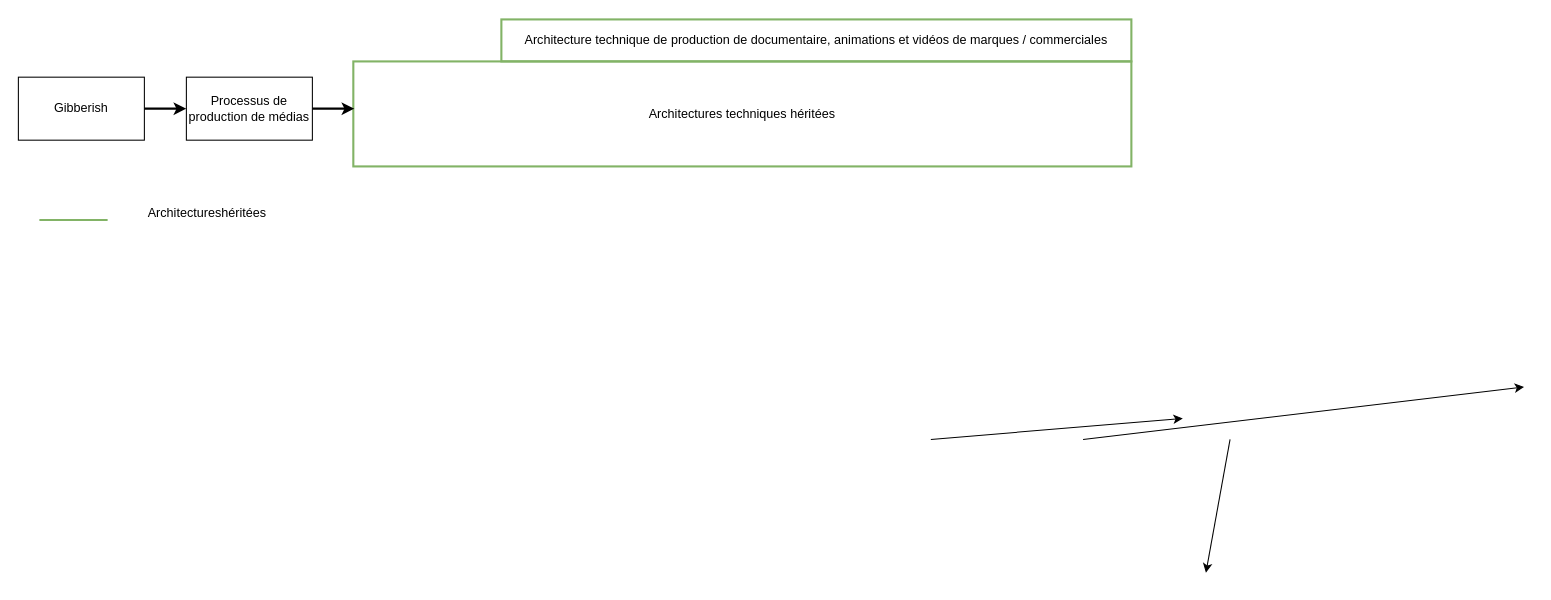
Earlier version of the draw.io diagram GibberishBaseTechniqueArchitecture.drawio (cjour/audit_logistics). Source tidied: cells renumbered, new cells numbered last; positions are measured from the earlier drawing's top-left corner, leaving out a move shared by most shapes. Both pictures are drawn from the tidied source at 105%, with x=0, y=0 at pixel (18, 19).
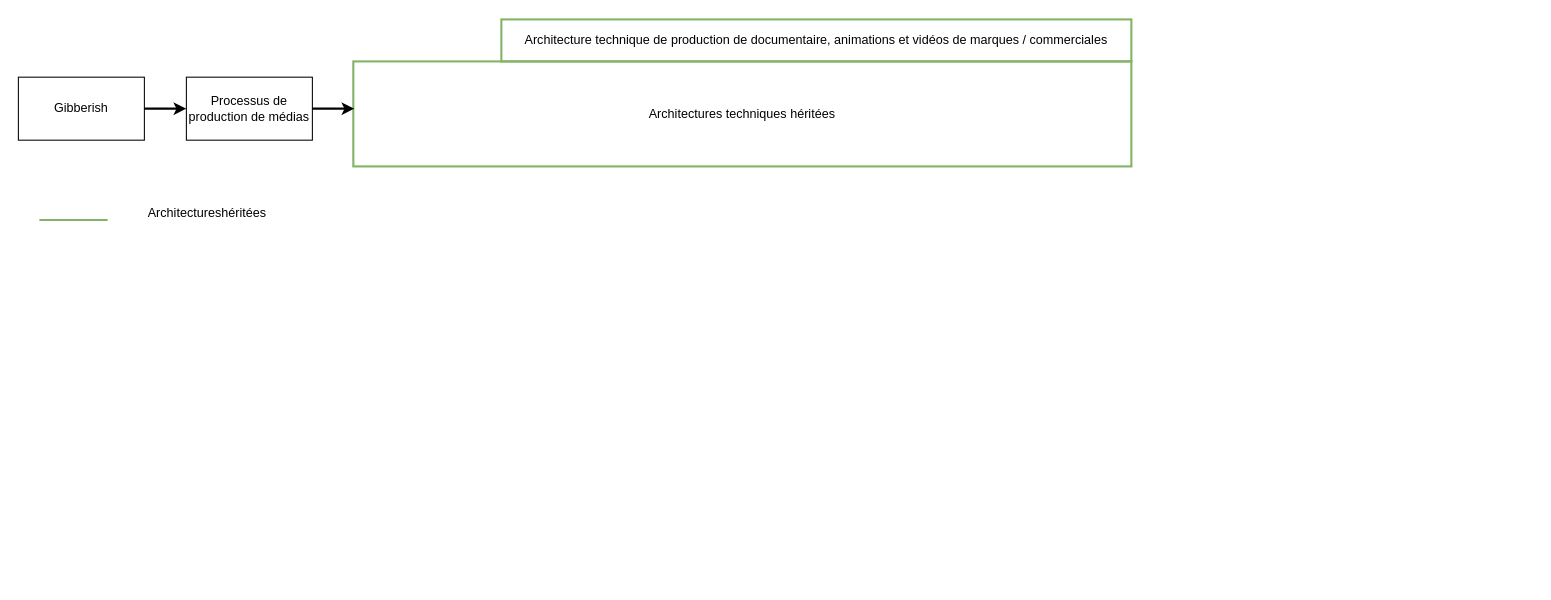
The same page after the edit.

Commit message:
Mettre à jour GibberishBaseTechniqueArchitecture.drawio

Diff of the diagram source:
```diff
@@
 <mxGraphModel>
   <root>
     <mxCell id="0" />
     <mxCell id="1" parent="0" />
     <mxCell id="2" value="Gibberish" style="rounded=0;whiteSpace=wrap;html=1;strokeWidth=1;fillColor=none;" parent="1" vertex="1">
       <mxGeometry y="55" width="120" height="60" as="geometry" />
     </mxCell>
-    <mxCell id="3" style="endArrow=classic;html=1;rounded=0;entryX=0.5;entryY=0;entryDx=0;entryDy=0;exitX=0.5;exitY=1;exitDx=0;exitDy=0;" parent="1" edge="1">
-      <mxGeometry relative="1" as="geometry">
-        <mxPoint x="1014" y="400" as="sourcePoint" />
-        <mxPoint x="1434" y="350" as="targetPoint" />
-      </mxGeometry>
-    </mxCell>
-    <mxCell id="4" style="endArrow=classic;html=1;rounded=0;entryX=0.5;entryY=0;entryDx=0;entryDy=0;exitX=0.5;exitY=1;exitDx=0;exitDy=0;" parent="1" edge="1">
-      <mxGeometry relative="1" as="geometry">
-        <mxPoint x="1154" y="400" as="sourcePoint" />
-        <mxPoint x="1131" y="527" as="targetPoint" />
-      </mxGeometry>
-    </mxCell>
-    <mxCell id="5" style="endArrow=classic;html=1;rounded=0;entryX=0.5;entryY=0;entryDx=0;entryDy=0;exitX=0.5;exitY=1;exitDx=0;exitDy=0;" parent="1" edge="1">
-      <mxGeometry relative="1" as="geometry">
-        <mxPoint x="869" y="400" as="sourcePoint" />
-        <mxPoint x="1109" y="380" as="targetPoint" />
-      </mxGeometry>
-    </mxCell>
     <mxCell id="6" value="Architectures techniques héritées" style="rounded=0;whiteSpace=wrap;html=1;strokeWidth=2;fillColor=none;strokeColor=#82b366;" parent="1" vertex="1">
       <mxGeometry x="319" y="40" width="741" height="100" as="geometry" />
     </mxCell>
     <mxCell id="7" value="Processus de production de médias" style="rounded=0;whiteSpace=wrap;html=1;strokeWidth=1;fillColor=none;" parent="1" vertex="1">
       <mxGeometry x="160" y="55" width="120" height="60" as="geometry" />
     </mxCell>
     <mxCell id="8" value="Architecture technique de production de documentaire, animations et vidéos de marques / commerciales" style="rounded=0;whiteSpace=wrap;html=1;strokeWidth=2;fillColor=none;strokeColor=#82b366;" parent="1" vertex="1">
       <mxGeometry x="460" width="600" height="40" as="geometry" />
     </mxCell>
     <mxCell id="9" style="endArrow=none;html=1;rounded=0;strokeColor=#82b366;fillColor=#d5e8d4;strokeWidth=2;" parent="1" edge="1">
       <mxGeometry relative="1" as="geometry">
         <mxPoint x="20" y="191" as="sourcePoint" />
         <mxPoint x="85" y="191" as="targetPoint" />
       </mxGeometry>
     </mxCell>
     <mxCell id="10" value="Architectureshéritées" style="text;html=1;strokeColor=none;fillColor=none;align=center;verticalAlign=middle;whiteSpace=wrap;rounded=0;strokeWidth=2;" parent="1" vertex="1">
       <mxGeometry x="95" y="170" width="170" height="30" as="geometry" />
     </mxCell>
     <mxCell id="11" style="endArrow=classic;html=1;rounded=0;strokeWidth=2;exitX=1;exitY=0.5;exitDx=0;exitDy=0;" parent="1" edge="1" source="7">
       <mxGeometry relative="1" as="geometry">
         <mxPoint x="320" y="85" as="targetPoint" />
       </mxGeometry>
     </mxCell>
     <mxCell id="12" style="endArrow=classic;html=1;rounded=0;strokeWidth=2;exitX=1;exitY=0.5;exitDx=0;exitDy=0;entryX=0;entryY=0.5;entryDx=0;entryDy=0;" parent="1" edge="1" source="2" target="7">
       <mxGeometry relative="1" as="geometry" />
     </mxCell>
   </root>
 </mxGraphModel>
```
